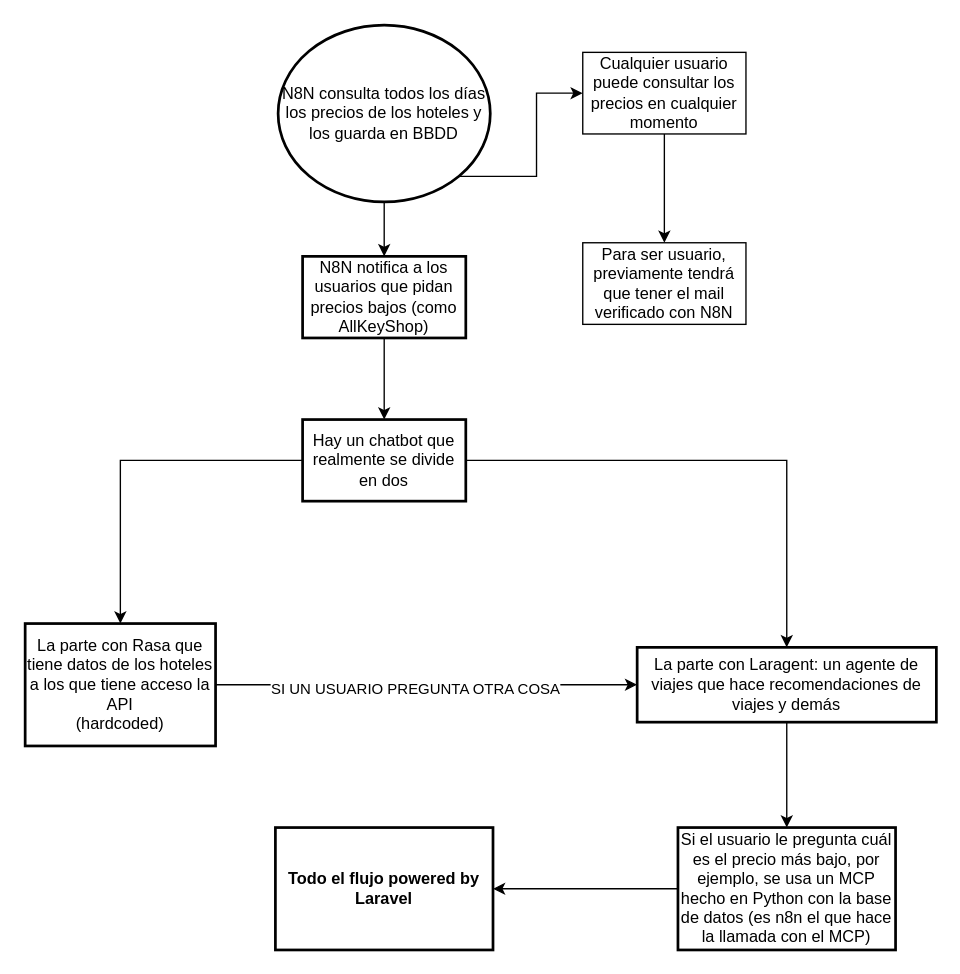
Before: documentation/Diagrama.drawio in moguism/hoteles-autobot, a draw.io diagram. Source tidied: cells renumbered, new cells numbered last; positions are measured from the earlier drawing's top-left corner, leaving out a move shared by most shapes. Both pictures are drawn from the tidied source at 136%, with x=0, y=0 at pixel (24, 24).
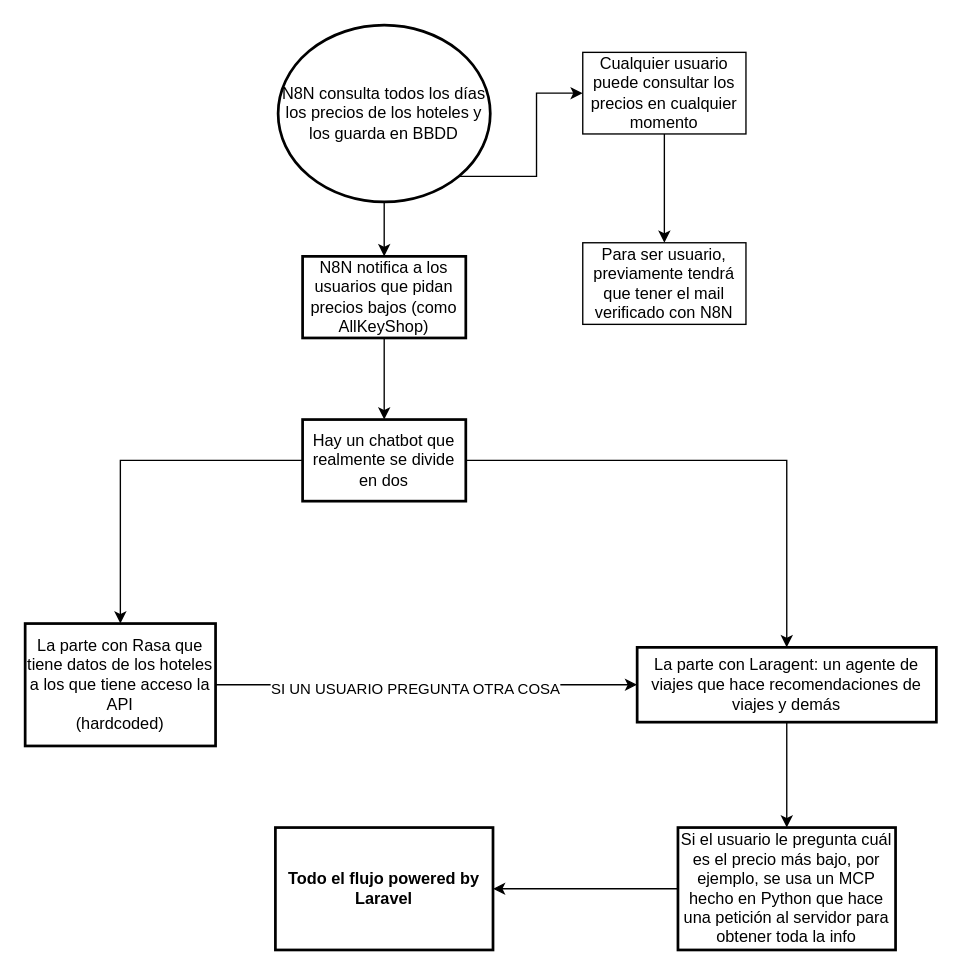
The same diagram, later.

Change to the diagram source:
```diff
@@
-    <mxCell id="16" value="Si el usuario le pregunta cuál es el precio más bajo, por ejemplo, se usa un MCP hecho en Python con la base de datos (es n8n el que hace la llamada con el MCP)" style="whiteSpace=wrap;html=1;strokeWidth=2;" parent="1" vertex="1">
+    <mxCell id="16" value="Si el usuario le pregunta cuál es el precio más bajo, por ejemplo, se usa un MCP hecho en Python que hace una petición al servidor para obtener toda la info" style="whiteSpace=wrap;html=1;strokeWidth=2;" parent="1" vertex="1">
       <mxGeometry x="480" y="590" width="160" height="90" as="geometry" />
     </mxCell>
```
